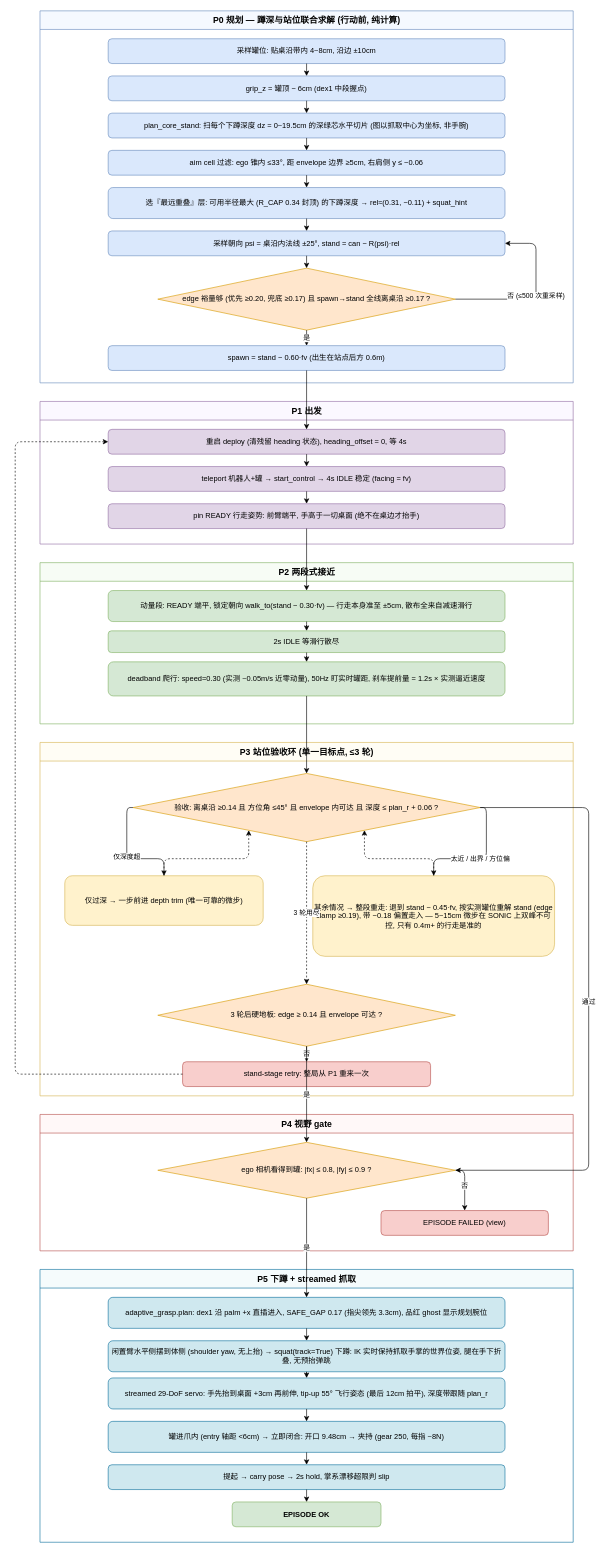
Above: docs/grasp_pipeline.drawio in yijie21/locomanipulation (draw.io), before the change. Source tidied: cells renumbered, new cells numbered last; positions are measured from the earlier drawing's top-left corner, leaving out a move shared by most shapes. Both pictures are drawn from the tidied source at 62%, with x=0, y=0 at pixel (15, 11).
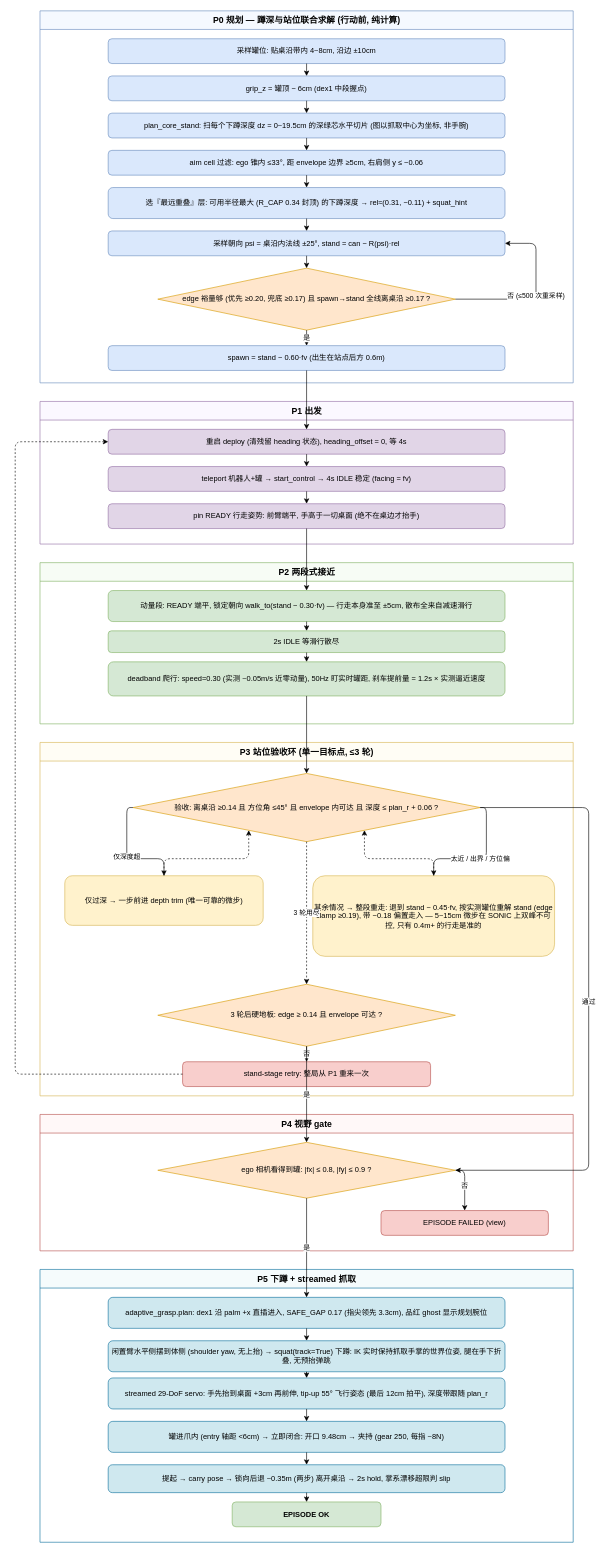
After the change.

Commit message (it also covers changes not shown here):
back off two steps once the can is secured, before the hold check

With the object in the carry pose the robot now walks ~0.35 m straight
back (heading held) before the palm-frame drift check: it leaves the
table edge behind so whatever follows — a turn, navigation — cannot clip
it, and a grip that cannot survive two steps fails here rather than
mid-carry. Seed-11 smoke 3/3, no slips.

Unchanged cells that the change refers to:
```xml
<mxCell id="47" value="P5 下蹲 + streamed 抓取" style="swimlane;html=1;startSize=30;fillColor=#f5fbfc;strokeColor=#10739e;fontSize=14;fontStyle=1;" parent="1" vertex="1">
  <mxGeometry x="40" y="2030" width="860" height="440" as="geometry" />
</mxCell>
```

Change to the diagram source:
```diff
@@
-    <mxCell id="52" value="提起 → carry pose → 2s hold, 掌系漂移超限判 slip" style="rounded=1;whiteSpace=wrap;html=1;fillColor=#cfe8ef;strokeColor=#10739e;" parent="47" vertex="1">
-      <mxGeometry x="110" y="315" width="640" height="40" as="geometry" />
+    <mxCell id="52" value="提起 → carry pose → 锁向后退 ~0.35m (两步) 离开桌沿 → 2s hold, 掌系漂移超限判 slip" style="rounded=1;whiteSpace=wrap;html=1;fillColor=#cfe8ef;strokeColor=#10739e;" parent="47" vertex="1">
+      <mxGeometry x="110" y="315" width="640" height="45" as="geometry" />
     </mxCell>
```
